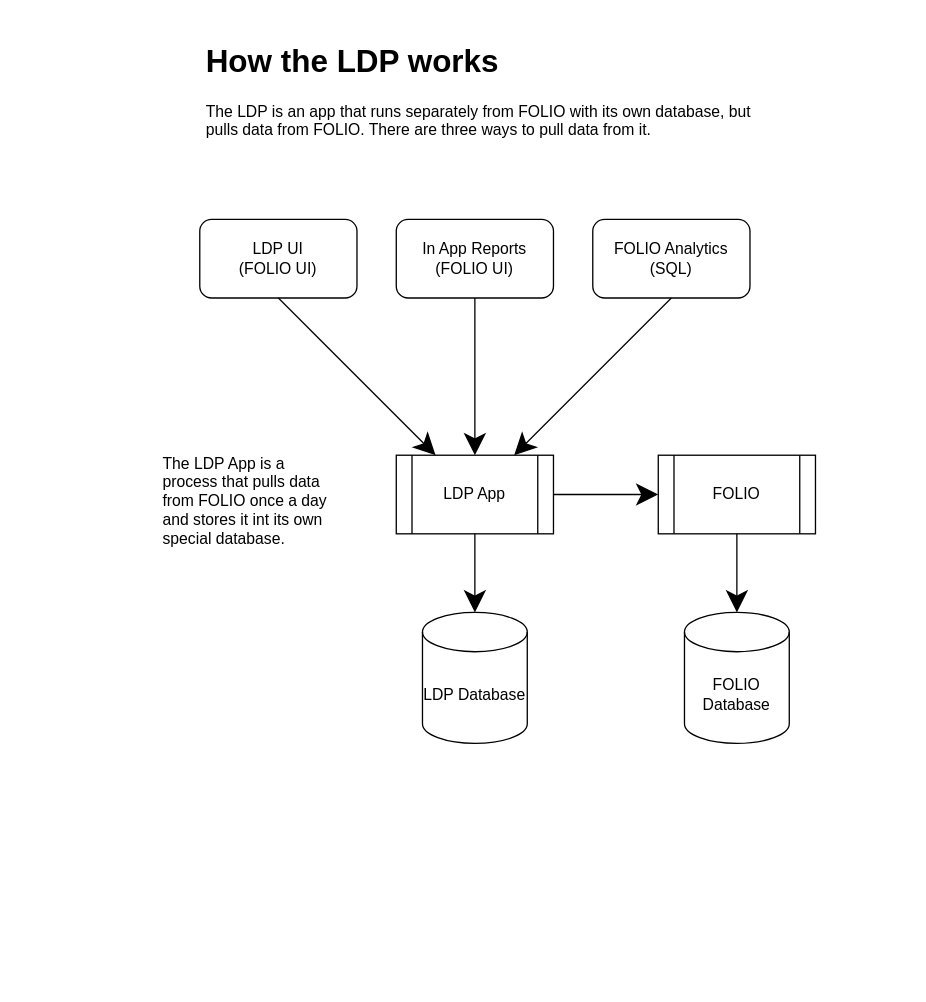
Above: how-the-ldp-works.drawio in culibraries/library-reporting (draw.io), before the change. Source tidied: cells renumbered, new cells numbered last; positions are measured from the earlier drawing's top-left corner, leaving out a move shared by most shapes. Both pictures are drawn from the tidied source at 131%, with x=0, y=0 at pixel (160, 35).
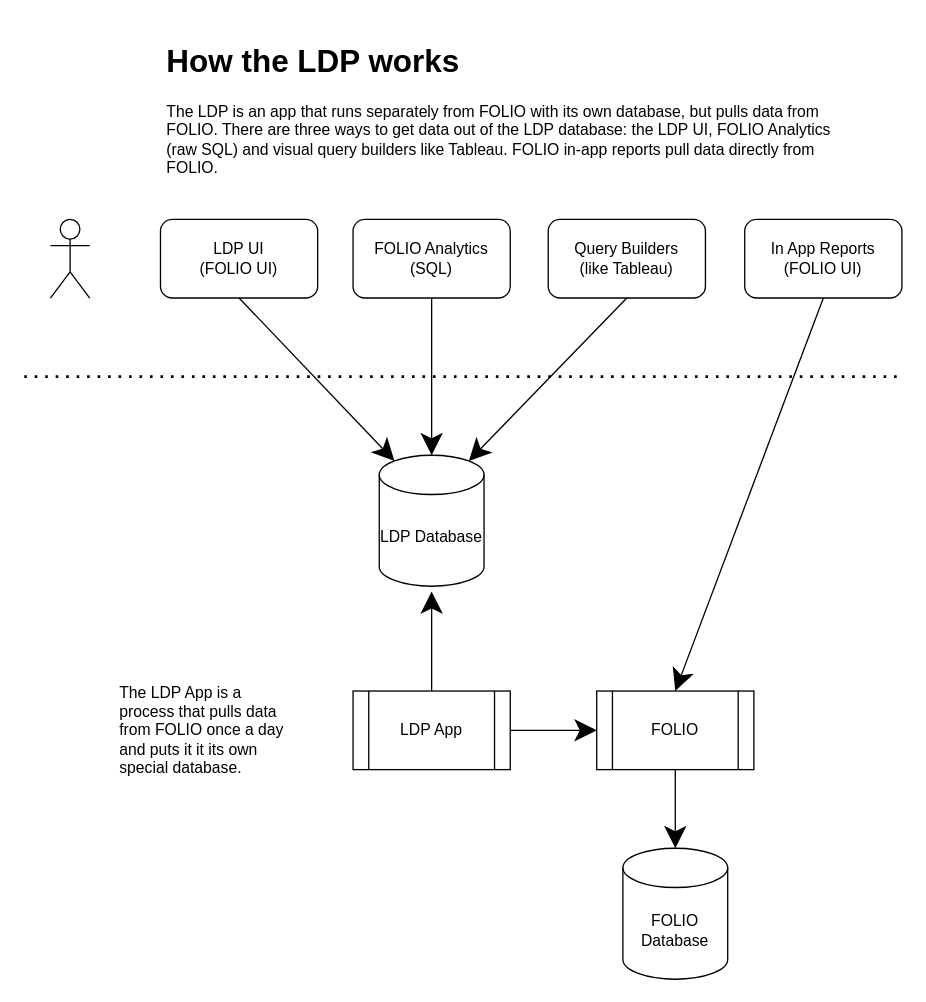
The same page after the edit.

Commit message:
Adding query builders to diagram. Fixing up in app reports.

Change to the diagram source:
```diff
@@
     <mxCell id="2" value="LDP Database" style="shape=cylinder3;whiteSpace=wrap;html=1;boundedLbl=1;backgroundOutline=1;size=15;hachureGap=4;" parent="1" vertex="1">
-      <mxGeometry x="200" y="440" width="80" height="100" as="geometry" />
+      <mxGeometry x="167" y="320" width="80" height="100" as="geometry" />
     </mxCell>
     <mxCell id="3" value="FOLIO Database" style="shape=cylinder3;whiteSpace=wrap;html=1;boundedLbl=1;backgroundOutline=1;size=15;hachureGap=4;" parent="1" vertex="1">
-      <mxGeometry x="400" y="440" width="80" height="100" as="geometry" />
+      <mxGeometry x="353" y="620" width="80" height="100" as="geometry" />
     </mxCell>
     <mxCell id="4" value="FOLIO Analytics (SQL)" style="rounded=1;whiteSpace=wrap;html=1;hachureGap=4;" parent="1" vertex="1">
-      <mxGeometry x="330" y="140" width="120" height="60" as="geometry" />
+      <mxGeometry x="147" y="140" width="120" height="60" as="geometry" />
     </mxCell>
     <mxCell id="5" value="In App Reports (FOLIO UI)" style="rounded=1;whiteSpace=wrap;html=1;hachureGap=4;" parent="1" vertex="1">
-      <mxGeometry x="180" y="140" width="120" height="60" as="geometry" />
+      <mxGeometry x="446" y="140" width="120" height="60" as="geometry" />
     </mxCell>
     <mxCell id="6" value="LDP UI &lt;br&gt;(FOLIO UI)" style="rounded=1;whiteSpace=wrap;html=1;hachureGap=4;" parent="1" vertex="1">
-      <mxGeometry x="30" y="140" width="120" height="60" as="geometry" />
+      <mxGeometry y="140" width="120" height="60" as="geometry" />
     </mxCell>
     <mxCell id="7" value="LDP App" style="shape=process;whiteSpace=wrap;html=1;backgroundOutline=1;hachureGap=4;" parent="1" vertex="1">
-      <mxGeometry x="180" y="320" width="120" height="60" as="geometry" />
+      <mxGeometry x="147" y="500" width="120" height="60" as="geometry" />
     </mxCell>
     <mxCell id="8" value="FOLIO" style="shape=process;whiteSpace=wrap;html=1;backgroundOutline=1;hachureGap=4;" parent="1" vertex="1">
-      <mxGeometry x="380" y="320" width="120" height="60" as="geometry" />
+      <mxGeometry x="333" y="500" width="120" height="60" as="geometry" />
     </mxCell>
-    <mxCell id="9" style="endArrow=classic;html=1;startSize=14;endSize=14;sourcePerimeterSpacing=8;targetPerimeterSpacing=8;exitX=0.5;exitY=1;exitDx=0;exitDy=0;entryX=0.25;entryY=0;entryDx=0;entryDy=0;" parent="1" edge="1" source="6" target="7">
+    <mxCell id="9" style="endArrow=classic;html=1;startSize=14;endSize=14;sourcePerimeterSpacing=8;targetPerimeterSpacing=8;exitX=0.5;exitY=1;exitDx=0;exitDy=0;entryX=0.145;entryY=0;entryDx=0;entryDy=4.35;entryPerimeter=0;" parent="1" edge="1" source="6" target="2">
       <mxGeometry relative="1" as="geometry" />
     </mxCell>
-    <mxCell id="10" style="endArrow=classic;html=1;startSize=14;endSize=14;sourcePerimeterSpacing=8;targetPerimeterSpacing=8;exitX=0.5;exitY=1;exitDx=0;exitDy=0;entryX=0.5;entryY=0;entryDx=0;entryDy=0;" parent="1" edge="1" source="5" target="7">
-      <mxGeometry relative="1" as="geometry" />
-    </mxCell>
-    <mxCell id="11" style="endArrow=classic;html=1;startSize=14;endSize=14;sourcePerimeterSpacing=6;targetPerimeterSpacing=8;exitX=0.5;exitY=1;exitDx=0;exitDy=0;entryX=0.75;entryY=0;entryDx=0;entryDy=0;" parent="1" edge="1" source="4" target="7">
+    <mxCell id="11" style="endArrow=classic;html=1;startSize=14;endSize=14;sourcePerimeterSpacing=6;targetPerimeterSpacing=8;exitX=0.5;exitY=1;exitDx=0;exitDy=0;entryX=0.5;entryY=0;entryDx=0;entryDy=0;entryPerimeter=0;" parent="1" edge="1" source="4" target="2">
       <mxGeometry relative="1" as="geometry" />
     </mxCell>
-    <mxCell id="12" style="endArrow=classic;html=1;startSize=14;endSize=14;sourcePerimeterSpacing=6;targetPerimeterSpacing=8;exitX=0.5;exitY=1;exitDx=0;exitDy=0;entryX=0.5;entryY=0;entryDx=0;entryDy=0;entryPerimeter=0;" parent="1" edge="1" source="7" target="2">
-      <mxGeometry relative="1" as="geometry" />
-    </mxCell>
     <mxCell id="13" style="endArrow=classic;html=1;startSize=14;endSize=14;sourcePerimeterSpacing=6;targetPerimeterSpacing=8;exitX=0.5;exitY=1;exitDx=0;exitDy=0;" parent="1" edge="1" source="8">
       <mxGeometry relative="1" as="geometry">
-        <mxPoint x="440" y="440" as="targetPoint" />
+        <mxPoint x="393" y="620" as="targetPoint" />
       </mxGeometry>
     </mxCell>
@@
-    <mxCell id="15" value="&lt;h1&gt;How the LDP works&lt;/h1&gt;&lt;p&gt;The LDP is an app that runs separately from FOLIO with its own database, but pulls data from FOLIO. There are three ways to pull data from it.&lt;/p&gt;" style="text;html=1;strokeColor=none;fillColor=none;spacing=5;spacingTop=-20;whiteSpace=wrap;overflow=hidden;rounded=0;hachureGap=4;" parent="1" vertex="1">
-      <mxGeometry x="30" width="450" height="120" as="geometry" />
+    <mxCell id="15" value="&lt;h1&gt;How the LDP works&lt;/h1&gt;&lt;p&gt;The LDP is an app that runs separately from FOLIO with its own database, but pulls data from FOLIO. There are three ways to get data out of the LDP database: the LDP UI, FOLIO Analytics (raw SQL) and visual query builders like Tableau. FOLIO in-app reports pull data directly from FOLIO.&lt;/p&gt;" style="text;html=1;strokeColor=none;fillColor=none;spacing=5;spacingTop=-20;whiteSpace=wrap;overflow=hidden;rounded=0;hachureGap=4;" parent="1" vertex="1">
+      <mxGeometry width="536" height="120" as="geometry" />
     </mxCell>
-    <mxCell id="16" value="The LDP App is a process that pulls data from FOLIO once a day and stores it int its own special database." style="text;html=1;strokeColor=none;fillColor=none;align=left;verticalAlign=middle;whiteSpace=wrap;rounded=0;hachureGap=4;" parent="1" vertex="1">
-      <mxGeometry y="310" width="130" height="90" as="geometry" />
+    <mxCell id="16" value="The LDP App is a process that pulls data from FOLIO once a day and puts it it its own special database." style="text;html=1;strokeColor=none;fillColor=none;align=left;verticalAlign=middle;whiteSpace=wrap;rounded=0;hachureGap=4;" parent="1" vertex="1">
+      <mxGeometry x="-33" y="485" width="130" height="90" as="geometry" />
     </mxCell>
+    <mxCell id="17" style="shape=umlActor;verticalLabelPosition=bottom;verticalAlign=top;html=1;hachureGap=4;" parent="1" vertex="1">
+      <mxGeometry x="-84" y="140" width="30" height="60" as="geometry" />
+    </mxCell>
+    <mxCell id="18" style="endArrow=none;dashed=1;html=1;dashPattern=1 3;strokeWidth=2;startSize=14;endSize=14;sourcePerimeterSpacing=8;targetPerimeterSpacing=8;" parent="1" edge="1">
+      <mxGeometry relative="1" as="geometry">
+        <mxPoint x="-104" y="260" as="sourcePoint" />
+        <mxPoint x="566" y="260" as="targetPoint" />
+      </mxGeometry>
+    </mxCell>
+    <mxCell id="19" style="endArrow=classic;html=1;startSize=14;endSize=14;sourcePerimeterSpacing=8;targetPerimeterSpacing=8;exitX=0.5;exitY=0;exitDx=0;exitDy=0;exitPerimeter=0;" parent="1" edge="1" source="7">
+      <mxGeometry relative="1" as="geometry">
+        <mxPoint x="207" y="424" as="targetPoint" />
+      </mxGeometry>
+    </mxCell>
+    <mxCell id="20" style="endArrow=classic;html=1;startSize=14;endSize=14;sourcePerimeterSpacing=8;targetPerimeterSpacing=8;exitX=0.5;exitY=1;exitDx=0;exitDy=0;entryX=0.5;entryY=0;entryDx=0;entryDy=0;" parent="1" edge="1" source="5" target="8">
+      <mxGeometry relative="1" as="geometry" />
+    </mxCell>
+    <mxCell id="21" value="Query Builders&lt;br&gt;(like Tableau)" style="rounded=1;whiteSpace=wrap;html=1;hachureGap=4;" parent="1" vertex="1">
+      <mxGeometry x="296" y="140" width="120" height="60" as="geometry" />
+    </mxCell>
+    <mxCell id="22" style="endArrow=classic;html=1;startSize=14;endSize=14;sourcePerimeterSpacing=8;targetPerimeterSpacing=8;exitX=0.5;exitY=1;exitDx=0;exitDy=0;entryX=0.855;entryY=0;entryDx=0;entryDy=4.35;entryPerimeter=0;" parent="1" edge="1" source="21" target="2">
+      <mxGeometry relative="1" as="geometry" />
+    </mxCell>
```
